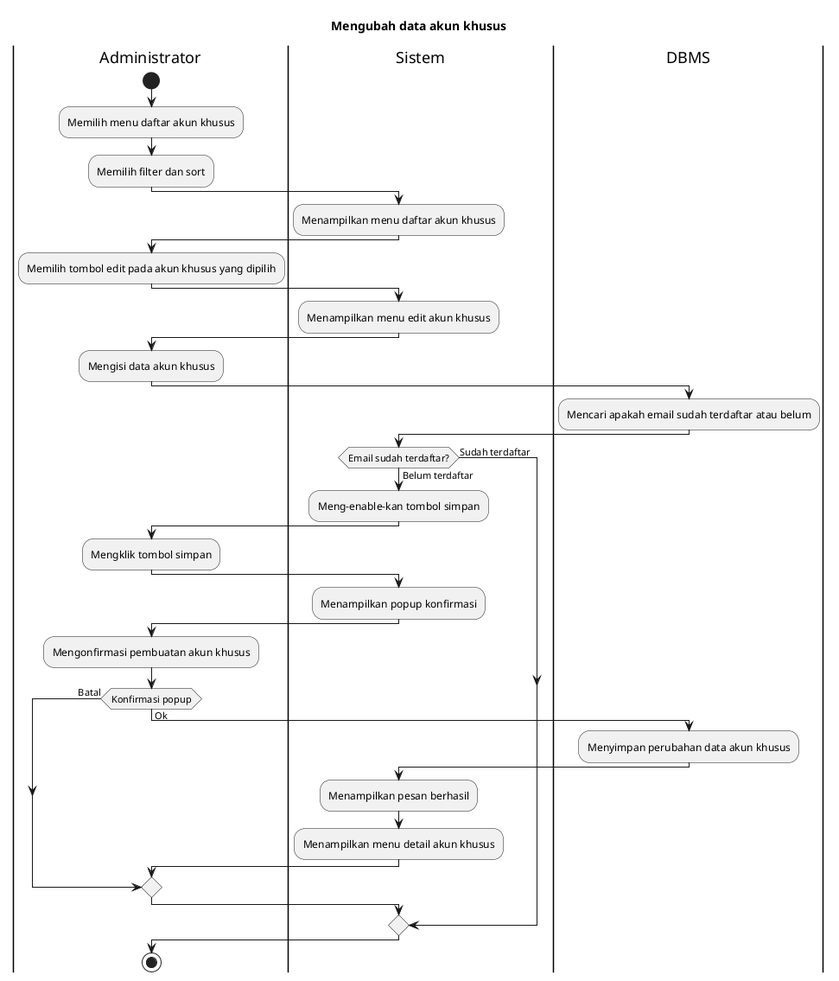
Before: export/Activity Diagrams/UC-MGUSER - Manajemen Pengguna/UC-MGUSER-012 - Mengubah data akun khusus.png, a diagram exported from PlantUML (bagusNA/appl-diagrams). Source of this version:
```plantuml
@startuml
title Mengubah data akun khusus

|Administrator|
start
:Memilih menu daftar akun khusus;
:Memilih filter dan sort;

|Sistem|
:Menampilkan menu daftar akun khusus;

|Administrator|
:Memilih tombol edit pada akun khusus yang dipilih;

|Sistem|
:Menampilkan menu edit akun khusus;

|Administrator|
:Mengisi data akun khusus;

|DBMS|
:Mencari apakah email sudah terdaftar atau belum;

|Sistem|
if (Email sudah terdaftar?) then (Sudah terdaftar)
else (Belum terdaftar)
  :Meng-enable-kan tombol simpan;

  |Administrator|
  :Mengklik tombol simpan;

  |Sistem|
  :Menampilkan popup konfirmasi;

  |Administrator|
  :Mengonfirmasi pembuatan akun khusus;

  if (Konfirmasi popup) then (Batal)
  else (Ok)
    |DBMS|
    :Menyimpan perubahan data akun khusus;

    |Sistem|
    :Menampilkan pesan berhasil;
    :Menampilkan menu detail akun khusus;
  endif
endif

|Administrator|
stop
@enduml
```
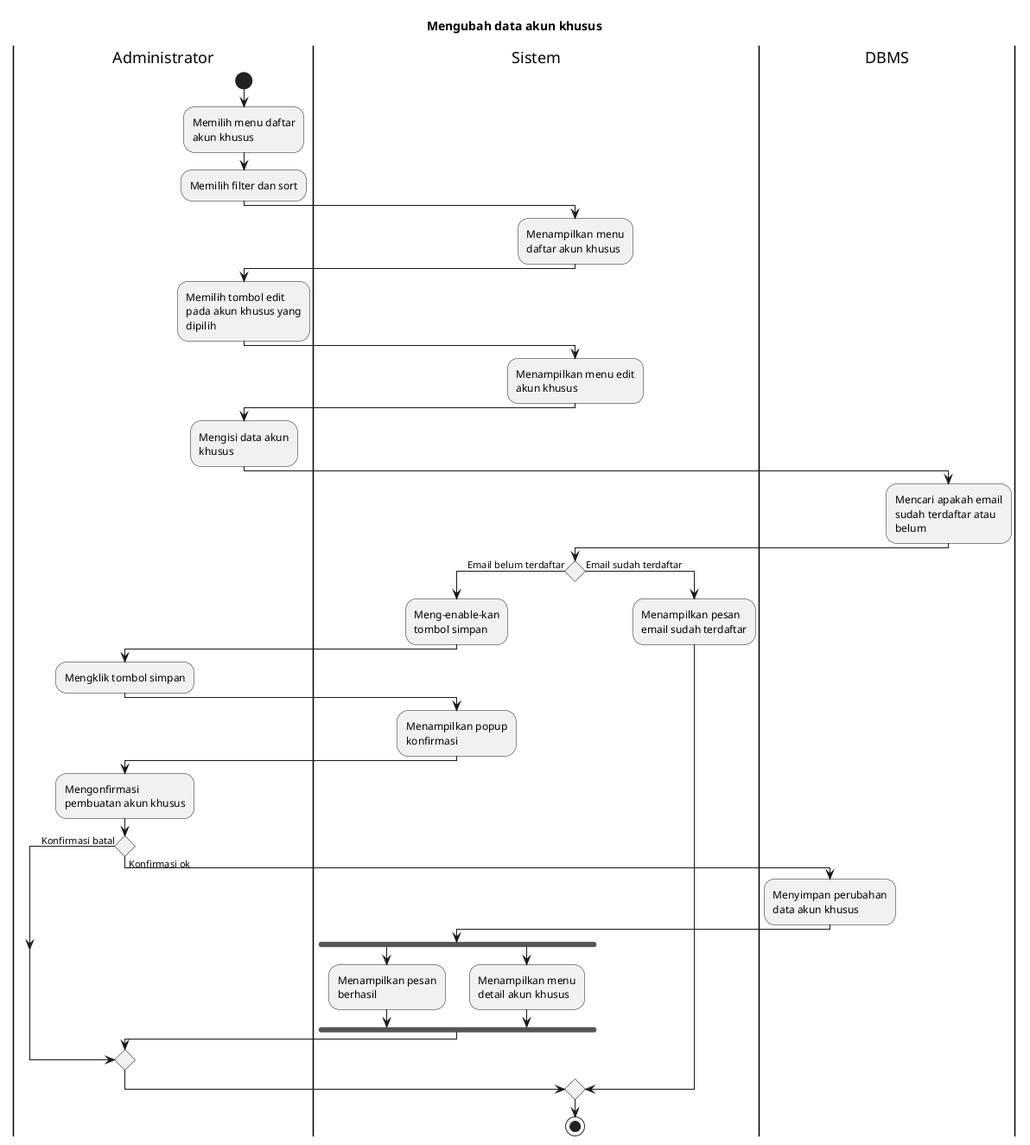
The same diagram one commit later.

Change to the diagram source:
```diff
@@ -1,4 +1,6 @@
 @startuml
+skinparam wrapWidth 140
+
 title Mengubah data akun khusus
 
 |Administrator|
@@ -22,8 +24,7 @@
 :Mencari apakah email sudah terdaftar atau belum;
 
 |Sistem|
-if (Email sudah terdaftar?) then (Sudah terdaftar)
-else (Belum terdaftar)
+if () then (Email belum terdaftar)
   :Meng-enable-kan tombol simpan;
 
   |Administrator|
@@ -35,17 +36,22 @@
   |Administrator|
   :Mengonfirmasi pembuatan akun khusus;
 
-  if (Konfirmasi popup) then (Batal)
-  else (Ok)
+  if () then (Konfirmasi batal)
+  else (Konfirmasi ok)
     |DBMS|
     :Menyimpan perubahan data akun khusus;
 
     |Sistem|
-    :Menampilkan pesan berhasil;
-    :Menampilkan menu detail akun khusus;
+    fork
+      :Menampilkan pesan berhasil;
+    fork again
+      :Menampilkan menu detail akun khusus;
+    endfork
   endif
+else (Email sudah terdaftar)
+  |Sistem|
+  :Menampilkan pesan email sudah terdaftar;
 endif
 
-|Administrator|
 stop
 @enduml
```
